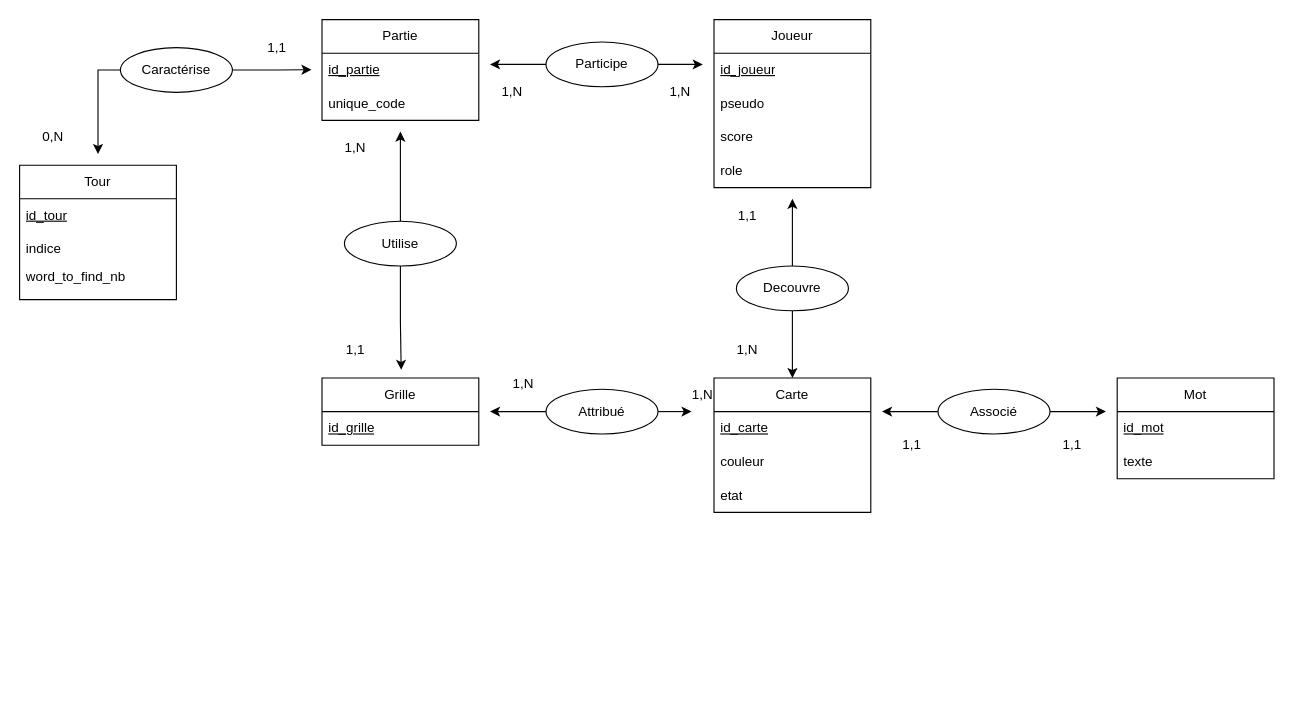
Above: poly_names.drawio in JinxYTW/Poly_Names (draw.io), before the change. Source tidied: cells renumbered, new cells numbered last; positions are measured from the earlier drawing's top-left corner, leaving out a move shared by most shapes. Both pictures are drawn from the tidied source at 112%, with x=0, y=0 at pixel (19, 19).
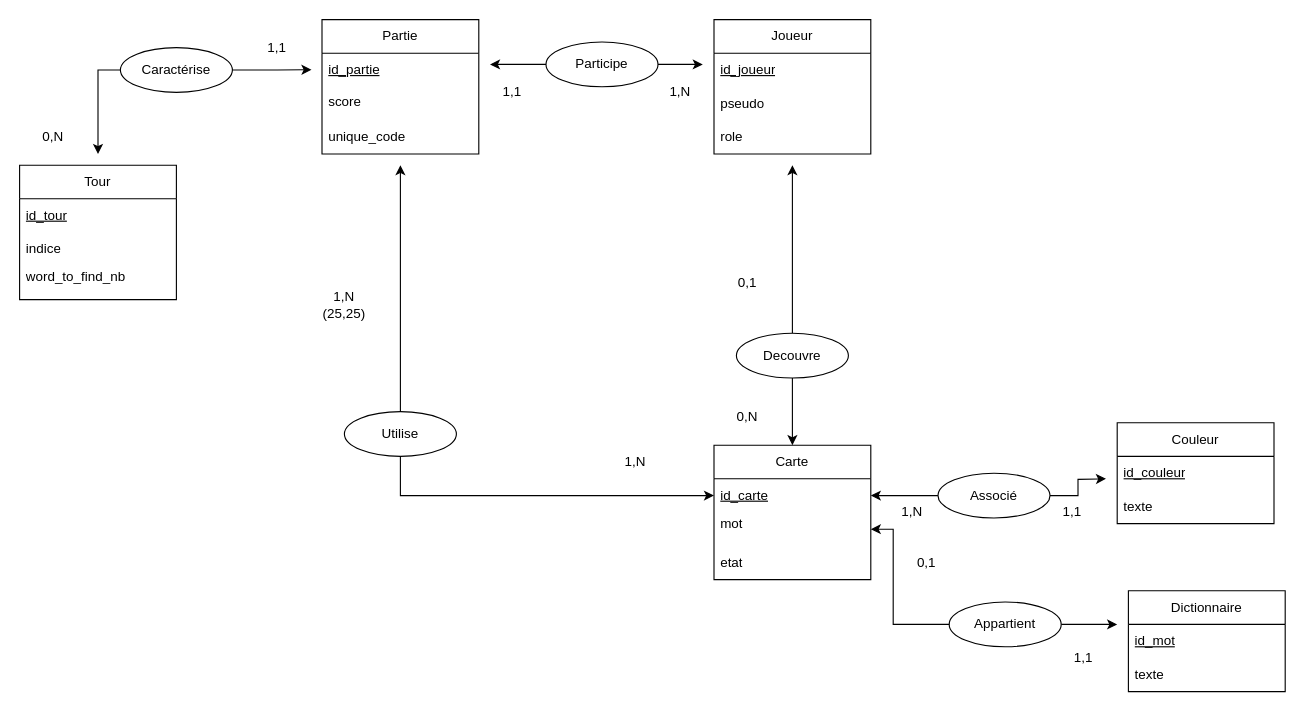
The same diagram, later.

Commit message:
Mettre à jour poly_names.drawio

Unchanged cells that the change refers to:
```xml
<mxCell id="8" value="&lt;u&gt;id_carte&lt;/u&gt;" style="text;strokeColor=none;fillColor=none;align=left;verticalAlign=middle;spacingLeft=4;spacingRight=4;overflow=hidden;points=[[0,0.5],[1,0.5]];portConstraint=eastwest;whiteSpace=wrap;html=1;" parent="7" vertex="1">
  <mxGeometry y="30" width="140" height="30" as="geometry" />
</mxCell>
```

What changed in the source:
```diff
@@
     <mxCell id="2" value="Partie" style="swimlane;fontStyle=0;horizontal=1;startSize=30;whiteSpace=wrap;html=1;" parent="1" vertex="1">
-      <mxGeometry x="270" width="140" height="90" as="geometry" />
+      <mxGeometry x="270" width="140" height="120" as="geometry" />
     </mxCell>
@@
+    <mxCell id="17" value="score&lt;div&gt;&lt;br&gt;&lt;/div&gt;" style="text;strokeColor=none;fillColor=none;spacingLeft=4;spacingRight=4;overflow=hidden;fontSize=12;whiteSpace=wrap;html=1;" parent="2" vertex="1">
+      <mxGeometry y="60" width="140" height="30" as="geometry" />
+    </mxCell>
     <mxCell id="4" value="unique_code" style="text;strokeColor=none;fillColor=none;align=left;verticalAlign=middle;spacingLeft=4;spacingRight=4;overflow=hidden;whiteSpace=wrap;html=1;" parent="2" vertex="1">
-      <mxGeometry y="60" width="140" height="30" as="geometry" />
+      <mxGeometry y="90" width="140" height="30" as="geometry" />
     </mxCell>
-    <mxCell id="5" value="Grille" style="swimlane;fontStyle=0;horizontal=1;startSize=30;whiteSpace=wrap;html=1;" parent="1" vertex="1">
-      <mxGeometry x="270" y="320" width="140" height="60" as="geometry" />
-    </mxCell>
-    <mxCell id="6" value="&lt;u&gt;id_grille&lt;/u&gt;" style="text;strokeColor=none;fillColor=none;align=left;verticalAlign=middle;spacingLeft=4;spacingRight=4;overflow=hidden;whiteSpace=wrap;html=1;" parent="5" vertex="1">
-      <mxGeometry y="30" width="140" height="30" as="geometry" />
-    </mxCell>
     <mxCell id="7" value="Carte" style="swimlane;fontStyle=0;horizontal=1;startSize=30;whiteSpace=wrap;html=1;" parent="1" vertex="1">
-      <mxGeometry x="620" y="320" width="140" height="120" as="geometry" />
+      <mxGeometry x="620" y="380" width="140" height="120" as="geometry" />
     </mxCell>
@@
-    <mxCell id="9" value="couleur" style="text;strokeColor=none;fillColor=none;align=left;verticalAlign=middle;spacingLeft=4;spacingRight=4;overflow=hidden;points=[[0,0.5],[1,0.5]];portConstraint=eastwest;whiteSpace=wrap;html=1;" parent="7" vertex="1">
+    <mxCell id="9" value="mot&lt;div&gt;&lt;br&gt;&lt;/div&gt;" style="text;strokeColor=none;fillColor=none;align=left;verticalAlign=middle;spacingLeft=4;spacingRight=4;overflow=hidden;points=[[0,0.5],[1,0.5]];portConstraint=eastwest;whiteSpace=wrap;html=1;" parent="7" vertex="1">
       <mxGeometry y="60" width="140" height="30" as="geometry" />
     </mxCell>
@@
-    <mxCell id="11" value="Mot" style="swimlane;fontStyle=0;horizontal=1;startSize=30;whiteSpace=wrap;html=1;" parent="1" vertex="1">
-      <mxGeometry x="980" y="320" width="140" height="90" as="geometry" />
+    <mxCell id="11" value="Couleur" style="swimlane;fontStyle=0;horizontal=1;startSize=30;whiteSpace=wrap;html=1;" parent="1" vertex="1">
+      <mxGeometry x="980" y="360" width="140" height="90" as="geometry" />
     </mxCell>
-    <mxCell id="12" value="&lt;u style=&quot;&quot;&gt;id_mot&lt;/u&gt;" style="text;strokeColor=none;fillColor=none;align=left;verticalAlign=middle;spacingLeft=4;spacingRight=4;overflow=hidden;whiteSpace=wrap;html=1;" parent="11" vertex="1">
+    <mxCell id="12" value="&lt;u style=&quot;&quot;&gt;id_couleur&lt;/u&gt;" style="text;strokeColor=none;fillColor=none;align=left;verticalAlign=middle;spacingLeft=4;spacingRight=4;overflow=hidden;whiteSpace=wrap;html=1;" parent="11" vertex="1">
       <mxGeometry y="30" width="140" height="30" as="geometry" />
     </mxCell>
@@
     <mxCell id="14" value="Joueur" style="swimlane;fontStyle=0;horizontal=1;startSize=30;whiteSpace=wrap;html=1;" parent="1" vertex="1">
-      <mxGeometry x="620" width="140" height="150" as="geometry" />
+      <mxGeometry x="620" width="140" height="120" as="geometry" />
     </mxCell>
@@
-    <mxCell id="17" value="score" style="text;strokeColor=none;fillColor=none;align=left;verticalAlign=middle;spacingLeft=4;spacingRight=4;overflow=hidden;whiteSpace=wrap;html=1;" parent="14" vertex="1">
-      <mxGeometry y="90" width="140" height="30" as="geometry" />
-    </mxCell>
     <mxCell id="18" value="role" style="text;strokeColor=none;fillColor=none;align=left;verticalAlign=middle;spacingLeft=4;spacingRight=4;overflow=hidden;points=[[0,0.5],[1,0.5]];portConstraint=eastwest;whiteSpace=wrap;html=1;" parent="14" vertex="1">
-      <mxGeometry y="120" width="140" height="30" as="geometry" />
+      <mxGeometry y="90" width="140" height="30" as="geometry" />
     </mxCell>
@@
     <mxCell id="25" style="edgeStyle=orthogonalEdgeStyle;rounded=0;jettySize=auto;html=1;exitX=0.5;exitY=0;exitDx=0;exitDy=0;" parent="1" edge="1" source="26">
       <mxGeometry relative="1" as="geometry">
-        <mxPoint x="340" y="100" as="targetPoint" />
+        <mxPoint x="340" y="130" as="targetPoint" />
       </mxGeometry>
     </mxCell>
     <mxCell id="26" value="Utilise" style="ellipse;whiteSpace=wrap;html=1;align=center;" parent="1" vertex="1">
-      <mxGeometry x="290" y="180" width="100" height="40" as="geometry" />
+      <mxGeometry x="290" y="350" width="100" height="40" as="geometry" />
     </mxCell>
@@
-    <mxCell id="30" style="edgeStyle=orthogonalEdgeStyle;rounded=0;jettySize=auto;html=1;exitX=1;exitY=0.5;exitDx=0;exitDy=0;" parent="1" edge="1" source="32">
-      <mxGeometry relative="1" as="geometry">
-        <mxPoint x="600" y="350" as="targetPoint" />
-      </mxGeometry>
-    </mxCell>
-    <mxCell id="31" style="edgeStyle=orthogonalEdgeStyle;rounded=0;jettySize=auto;html=1;exitX=0;exitY=0.5;exitDx=0;exitDy=0;" parent="1" edge="1" source="32">
-      <mxGeometry relative="1" as="geometry">
-        <mxPoint x="420" y="350" as="targetPoint" />
-      </mxGeometry>
-    </mxCell>
-    <mxCell id="32" value="Attribué" style="ellipse;whiteSpace=wrap;html=1;align=center;" parent="1" vertex="1">
-      <mxGeometry x="470" y="330" width="100" height="40" as="geometry" />
-    </mxCell>
@@
-    <mxCell id="34" style="edgeStyle=orthogonalEdgeStyle;rounded=0;jettySize=auto;html=1;exitX=0.5;exitY=0;exitDx=0;exitDy=0;" parent="1" edge="1" source="35">
+    <mxCell id="34" style="edgeStyle=orthogonalEdgeStyle;rounded=0;jettySize=auto;html=1;exitX=0.5;exitY=0;exitDx=0;exitDy=0;entryX=0.5;entryY=1.333;entryDx=0;entryDy=0;entryPerimeter=0;" parent="1" edge="1" source="35" target="18">
       <mxGeometry relative="1" as="geometry">
-        <mxPoint x="690" y="160" as="targetPoint" />
+        <Array as="points">
+          <mxPoint x="690" y="170" />
+          <mxPoint x="690" y="170" />
+        </Array>
       </mxGeometry>
     </mxCell>
     <mxCell id="35" value="Decouvre" style="ellipse;whiteSpace=wrap;html=1;align=center;" parent="1" vertex="1">
-      <mxGeometry x="640" y="220" width="100" height="40" as="geometry" />
+      <mxGeometry x="640" y="280" width="100" height="40" as="geometry" />
     </mxCell>
-    <mxCell id="36" style="edgeStyle=orthogonalEdgeStyle;rounded=0;jettySize=auto;html=1;exitX=0;exitY=0.5;exitDx=0;exitDy=0;" parent="1" edge="1" source="38">
+    <mxCell id="36" style="edgeStyle=orthogonalEdgeStyle;rounded=0;jettySize=auto;html=1;exitX=0;exitY=0.5;exitDx=0;exitDy=0;entryX=1;entryY=0.5;entryDx=0;entryDy=0;" parent="1" edge="1" source="38" target="8">
       <mxGeometry relative="1" as="geometry">
-        <mxPoint x="770" y="350" as="targetPoint" />
+        <Array as="points">
+          <mxPoint x="820" y="425" />
+        </Array>
       </mxGeometry>
     </mxCell>
     <mxCell id="37" style="edgeStyle=orthogonalEdgeStyle;rounded=0;jettySize=auto;html=1;exitX=1;exitY=0.5;exitDx=0;exitDy=0;" parent="1" edge="1" source="38">
       <mxGeometry relative="1" as="geometry">
-        <mxPoint x="970" y="350" as="targetPoint" />
+        <mxPoint x="970" y="410" as="targetPoint" />
       </mxGeometry>
     </mxCell>
     <mxCell id="38" value="Associé" style="ellipse;whiteSpace=wrap;html=1;align=center;" parent="1" vertex="1">
-      <mxGeometry x="820" y="330" width="100" height="40" as="geometry" />
+      <mxGeometry x="820" y="405" width="100" height="40" as="geometry" />
     </mxCell>
-    <mxCell id="39" style="edgeStyle=orthogonalEdgeStyle;rounded=0;jettySize=auto;html=1;exitX=0.5;exitY=1;exitDx=0;exitDy=0;entryX=0.505;entryY=-0.122;entryDx=0;entryDy=0;entryPerimeter=0;" parent="1" edge="1" source="26" target="5">
-      <mxGeometry relative="1" as="geometry" />
+    <mxCell id="39" style="edgeStyle=orthogonalEdgeStyle;rounded=0;jettySize=auto;html=1;exitX=0.5;exitY=1;exitDx=0;exitDy=0;entryX=0;entryY=0.5;entryDx=0;entryDy=0;" parent="1" edge="1" source="26" target="8">
+      <mxGeometry relative="1" as="geometry">
+        <Array as="points">
+          <mxPoint x="340" y="425" />
+        </Array>
+      </mxGeometry>
     </mxCell>
@@
-    <mxCell id="42" value="1,N" style="text;html=1;align=center;verticalAlign=middle;whiteSpace=wrap;rounded=0;" parent="1" vertex="1">
+    <mxCell id="42" value="1,1" style="text;html=1;align=center;verticalAlign=middle;whiteSpace=wrap;rounded=0;" parent="1" vertex="1">
       <mxGeometry x="410" y="50" width="60" height="30" as="geometry" />
     </mxCell>
@@
-    <mxCell id="44" value="1,1" style="text;html=1;align=center;verticalAlign=middle;whiteSpace=wrap;rounded=0;" parent="1" vertex="1">
-      <mxGeometry x="767" y="365" width="60" height="30" as="geometry" />
+    <mxCell id="44" value="1,N" style="text;html=1;align=center;verticalAlign=middle;whiteSpace=wrap;rounded=0;" parent="1" vertex="1">
+      <mxGeometry x="767" y="425" width="60" height="30" as="geometry" />
     </mxCell>
     <mxCell id="45" value="1,1" style="text;html=1;align=center;verticalAlign=middle;whiteSpace=wrap;rounded=0;" parent="1" vertex="1">
-      <mxGeometry x="910" y="365" width="60" height="30" as="geometry" />
+      <mxGeometry x="910" y="425" width="60" height="30" as="geometry" />
     </mxCell>
-    <mxCell id="46" value="1,1" style="text;html=1;align=center;verticalAlign=middle;whiteSpace=wrap;rounded=0;" parent="1" vertex="1">
-      <mxGeometry x="270" y="280" width="60" height="30" as="geometry" />
-    </mxCell>
-    <mxCell id="47" value="1,N" style="text;html=1;align=center;verticalAlign=middle;whiteSpace=wrap;rounded=0;" parent="1" vertex="1">
-      <mxGeometry x="270" y="100" width="60" height="30" as="geometry" />
+    <mxCell id="47" value="1,N&lt;br&gt;(25,25)" style="text;html=1;align=center;verticalAlign=middle;whiteSpace=wrap;rounded=0;" parent="1" vertex="1">
+      <mxGeometry x="260" y="240" width="60" height="30" as="geometry" />
     </mxCell>
@@
-    <mxCell id="49" value="1,N" style="text;html=1;align=center;verticalAlign=middle;whiteSpace=wrap;rounded=0;" parent="1" vertex="1">
-      <mxGeometry x="620" y="280" width="60" height="30" as="geometry" />
+    <mxCell id="49" value="0,N" style="text;html=1;align=center;verticalAlign=middle;whiteSpace=wrap;rounded=0;" parent="1" vertex="1">
+      <mxGeometry x="620" y="340" width="60" height="30" as="geometry" />
     </mxCell>
-    <mxCell id="50" value="1,1" style="text;html=1;align=center;verticalAlign=middle;whiteSpace=wrap;rounded=0;" parent="1" vertex="1">
-      <mxGeometry x="620" y="160" width="60" height="30" as="geometry" />
+    <mxCell id="50" value="0,1" style="text;html=1;align=center;verticalAlign=middle;whiteSpace=wrap;rounded=0;" parent="1" vertex="1">
+      <mxGeometry x="620" y="220" width="60" height="30" as="geometry" />
     </mxCell>
     <mxCell id="51" value="1,N" style="text;html=1;align=center;verticalAlign=middle;whiteSpace=wrap;rounded=0;" parent="1" vertex="1">
-      <mxGeometry x="580" y="320" width="60" height="30" as="geometry" />
+      <mxGeometry x="520" y="380" width="60" height="30" as="geometry" />
     </mxCell>
-    <mxCell id="52" value="1,N" style="text;html=1;align=center;verticalAlign=middle;whiteSpace=wrap;rounded=0;" parent="1" vertex="1">
-      <mxGeometry x="420" y="310" width="60" height="30" as="geometry" />
-    </mxCell>
+    <mxCell id="53" value="Dictionnaire" style="swimlane;fontStyle=0;horizontal=1;startSize=30;whiteSpace=wrap;html=1;" parent="1" vertex="1">
+      <mxGeometry x="990" y="510" width="140" height="90" as="geometry" />
+    </mxCell>
+    <mxCell id="54" value="&lt;u style=&quot;&quot;&gt;id_mot&lt;/u&gt;" style="text;strokeColor=none;fillColor=none;align=left;verticalAlign=middle;spacingLeft=4;spacingRight=4;overflow=hidden;whiteSpace=wrap;html=1;" parent="53" vertex="1">
+      <mxGeometry y="30" width="140" height="30" as="geometry" />
+    </mxCell>
+    <mxCell id="55" value="texte" style="text;strokeColor=none;fillColor=none;align=left;verticalAlign=middle;spacingLeft=4;spacingRight=4;overflow=hidden;whiteSpace=wrap;html=1;" parent="53" vertex="1">
+      <mxGeometry y="60" width="140" height="30" as="geometry" />
+    </mxCell>
+    <mxCell id="56" style="edgeStyle=orthogonalEdgeStyle;rounded=0;jettySize=auto;html=1;exitX=1;exitY=0.5;exitDx=0;exitDy=0;" parent="1" edge="1" source="57">
+      <mxGeometry relative="1" as="geometry">
+        <mxPoint x="980" y="540" as="targetPoint" />
+      </mxGeometry>
+    </mxCell>
+    <mxCell id="57" value="Appartient" style="ellipse;whiteSpace=wrap;html=1;align=center;" parent="1" vertex="1">
+      <mxGeometry x="830" y="520" width="100" height="40" as="geometry" />
+    </mxCell>
+    <mxCell id="46" value="1,1" style="text;html=1;align=center;verticalAlign=middle;whiteSpace=wrap;rounded=0;" parent="1" vertex="1">
+      <mxGeometry x="920" y="555" width="60" height="30" as="geometry" />
+    </mxCell>
+    <mxCell id="58" style="edgeStyle=orthogonalEdgeStyle;rounded=0;jettySize=auto;html=1;exitX=0;exitY=0.5;exitDx=0;exitDy=0;entryX=1;entryY=0.5;entryDx=0;entryDy=0;" parent="1" edge="1" source="57" target="9">
+      <mxGeometry relative="1" as="geometry">
+        <Array as="points">
+          <mxPoint x="780" y="540" />
+          <mxPoint x="780" y="455" />
+        </Array>
+      </mxGeometry>
+    </mxCell>
+    <mxCell id="59" value="0,1" style="text;html=1;align=center;verticalAlign=middle;whiteSpace=wrap;rounded=0;" parent="1" vertex="1">
+      <mxGeometry x="780" y="470" width="60" height="30" as="geometry" />
+    </mxCell>
```
